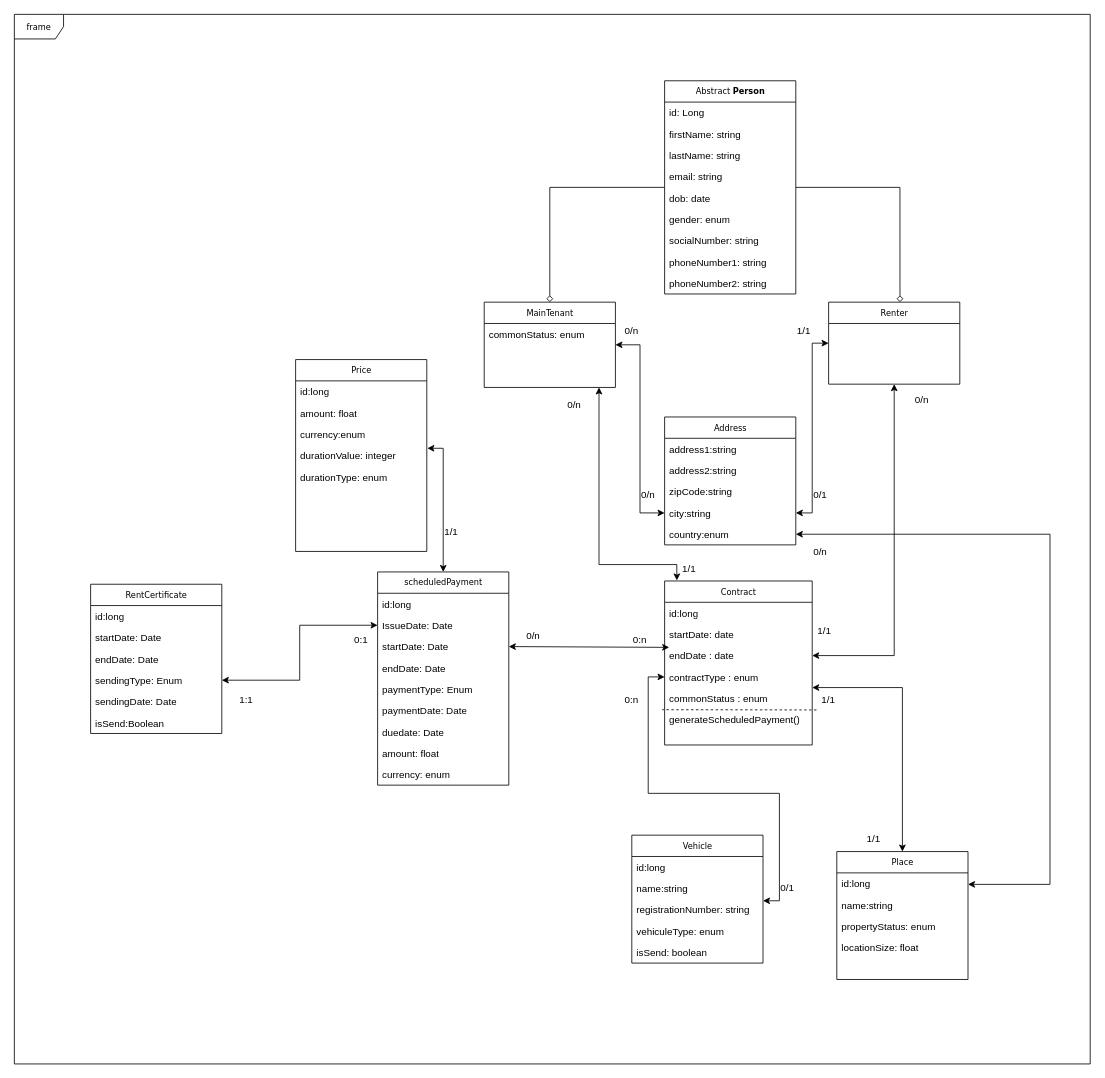
Above: conception/class diagram.drawio in chrystlll/rentalProject_back (draw.io), before the change. Source tidied: cells renumbered, new cells numbered last; positions are measured from the earlier drawing's top-left corner, leaving out a move shared by most shapes. Both pictures are drawn from the tidied source at 82%, with x=0, y=0 at pixel (14, 14).
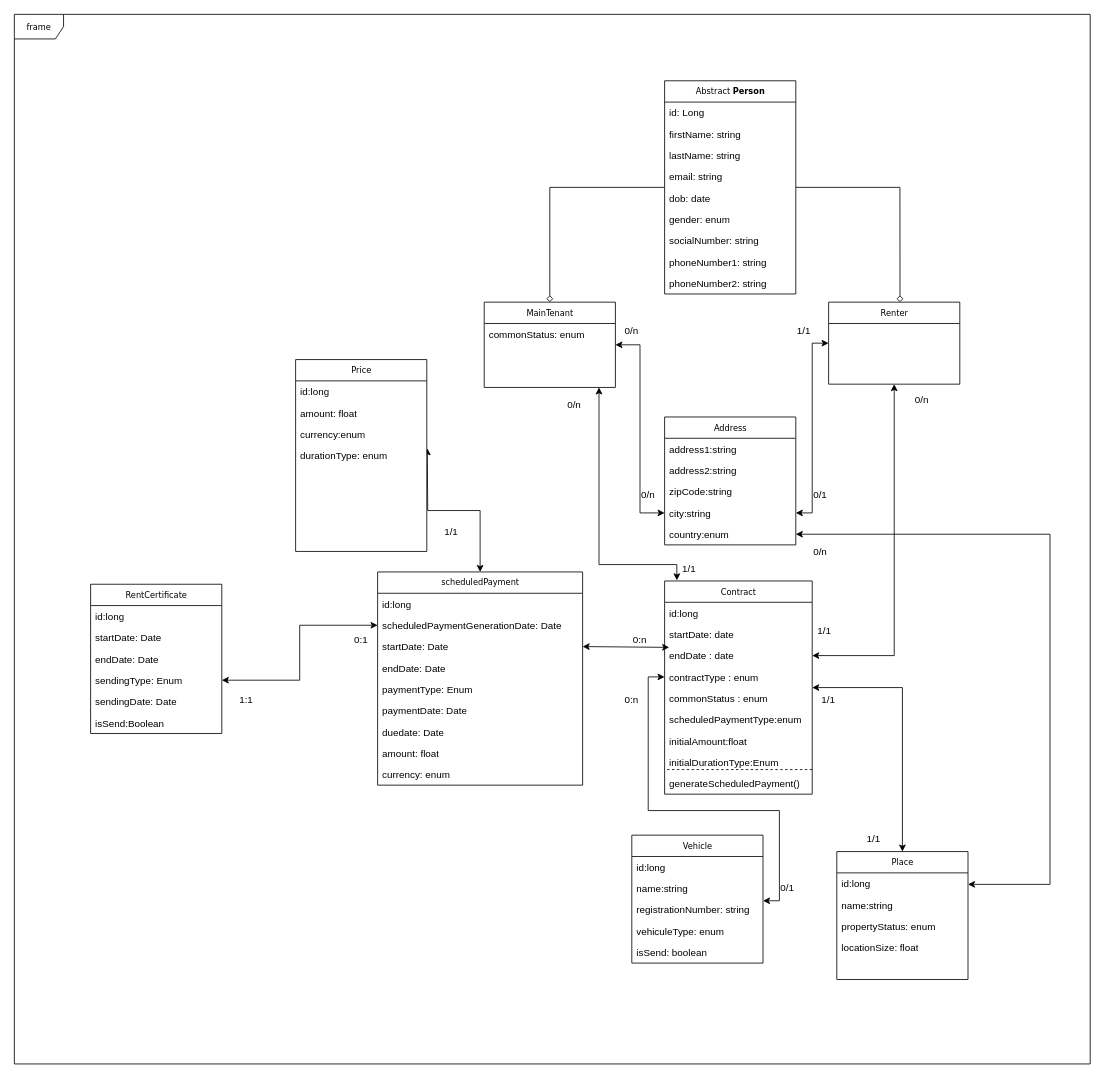
The same page after the edit.

The change refers to these unchanged cells:
```xml
<mxCell id="37" value="contractType : enum" style="text;html=1;strokeColor=none;fillColor=none;align=left;verticalAlign=top;spacingLeft=4;spacingRight=4;whiteSpace=wrap;overflow=hidden;points=[[0,0.5],[1,0.5]];portConstraint=eastwest;" parent="33" vertex="1">
  <mxGeometry y="104" width="180" height="26" as="geometry" />
</mxCell>
<mxCell id="56" value="registrationNumber: string" style="text;html=1;strokeColor=none;fillColor=none;align=left;verticalAlign=top;spacingLeft=4;spacingRight=4;whiteSpace=wrap;overflow=hidden;points=[[0,0.5],[1,0.5]];portConstraint=eastwest;" parent="53" vertex="1">
  <mxGeometry y="78" width="160" height="26" as="geometry" />
</mxCell>
<mxCell id="87" value="Price" style="swimlane;html=1;fontStyle=0;horizontal=1;startSize=26;fillColor=none;swimlaneFillColor=#ffffff;rounded=0;shadow=0;comic=0;labelBackgroundColor=none;strokeWidth=1;fontFamily=Verdana;fontSize=10;align=center;" parent="1" vertex="1">
  <mxGeometry x="343" y="421" width="160" height="234" as="geometry" />
</mxCell>
```

The edit, as a diff of the source:
```diff
@@
     <mxCell id="33" value="Contract" style="swimlane;html=1;fontStyle=0;horizontal=1;startSize=26;fillColor=none;swimlaneFillColor=#ffffff;rounded=0;shadow=0;comic=0;labelBackgroundColor=none;strokeWidth=1;fontFamily=Verdana;fontSize=10;align=center;" parent="1" vertex="1">
-      <mxGeometry x="793" y="691" width="180" height="200" as="geometry" />
+      <mxGeometry x="793" y="691" width="180" height="260" as="geometry" />
     </mxCell>
@@
+    <mxCell id="94" value="scheduledPaymentType:enum" style="text;html=1;strokeColor=none;fillColor=none;align=left;verticalAlign=top;spacingLeft=4;spacingRight=4;whiteSpace=wrap;overflow=hidden;" parent="33" vertex="1">
+      <mxGeometry y="156" width="180" height="26" as="geometry" />
+    </mxCell>
+    <mxCell id="93" style="endArrow=none;dashed=1;html=1;rounded=0;startArrow=none;" parent="33" edge="1">
+      <mxGeometry relative="1" as="geometry">
+        <mxPoint x="180" y="230" as="sourcePoint" />
+        <mxPoint y="230" as="targetPoint" />
+        <Array as="points">
+          <mxPoint x="180" y="230" />
+        </Array>
+      </mxGeometry>
+    </mxCell>
-    <mxCell id="39" value="generateScheduledPayment()" style="text;html=1;strokeColor=none;fillColor=none;align=left;verticalAlign=top;spacingLeft=4;spacingRight=4;whiteSpace=wrap;overflow=hidden;" parent="33" vertex="1">
-      <mxGeometry y="156" width="180" height="26" as="geometry" />
+    <mxCell id="39" value="initialAmount:float" style="text;html=1;strokeColor=none;fillColor=none;align=left;verticalAlign=top;spacingLeft=4;spacingRight=4;whiteSpace=wrap;overflow=hidden;" parent="33" vertex="1">
+      <mxGeometry y="182" width="180" height="26" as="geometry" />
     </mxCell>
+    <mxCell id="95" value="initialDurationType:Enum" style="text;html=1;strokeColor=none;fillColor=none;align=left;verticalAlign=top;spacingLeft=4;spacingRight=4;whiteSpace=wrap;overflow=hidden;" parent="33" vertex="1">
+      <mxGeometry y="208" width="180" height="26" as="geometry" />
+    </mxCell>
+    <mxCell id="96" value="generateScheduledPayment()" style="text;html=1;strokeColor=none;fillColor=none;align=left;verticalAlign=top;spacingLeft=4;spacingRight=4;whiteSpace=wrap;overflow=hidden;" parent="33" vertex="1">
+      <mxGeometry y="234" width="180" height="26" as="geometry" />
+    </mxCell>
@@
     <mxCell id="45" style="edgeStyle=orthogonalEdgeStyle;rounded=0;jettySize=auto;html=1;entryX=1;entryY=0.077;entryDx=0;entryDy=0;entryPerimeter=0;startArrow=classic;startFill=1;endArrow=classic;endFill=1;exitX=0;exitY=0.5;exitDx=0;exitDy=0;" parent="1" edge="1" source="37" target="56">
-      <mxGeometry relative="1" as="geometry" />
+      <mxGeometry relative="1" as="geometry">
+        <Array as="points">
+          <mxPoint x="773" y="808" />
+          <mxPoint x="773" y="971" />
+          <mxPoint x="933" y="971" />
+          <mxPoint x="933" y="1081" />
+        </Array>
+      </mxGeometry>
     </mxCell>
@@
-    <mxCell id="64" style="edgeStyle=orthogonalEdgeStyle;rounded=0;jettySize=auto;html=1;entryX=1.004;entryY=0.16;entryDx=0;entryDy=0;entryPerimeter=0;startArrow=classic;startFill=1;" parent="1" edge="1" source="65" target="91">
-      <mxGeometry relative="1" as="geometry" />
+    <mxCell id="64" style="edgeStyle=orthogonalEdgeStyle;rounded=0;jettySize=auto;html=1;entryX=1.004;entryY=0.16;entryDx=0;entryDy=0;entryPerimeter=0;startArrow=classic;startFill=1;" parent="1" edge="1" source="65">
+      <mxGeometry relative="1" as="geometry">
+        <mxPoint x="503.6" y="529.2" as="targetPoint" />
+      </mxGeometry>
     </mxCell>
     <mxCell id="65" value="scheduledPayment" style="swimlane;html=1;fontStyle=0;horizontal=1;startSize=26;fillColor=none;swimlaneFillColor=#ffffff;rounded=0;shadow=0;comic=0;labelBackgroundColor=none;strokeWidth=1;fontFamily=Verdana;fontSize=10;align=center;" parent="1" vertex="1">
-      <mxGeometry x="443" y="680" width="160" height="260" as="geometry" />
+      <mxGeometry x="443" y="680" width="250" height="260" as="geometry" />
     </mxCell>
     <mxCell id="66" value="id:long" style="text;html=1;strokeColor=none;fillColor=none;align=left;verticalAlign=top;spacingLeft=4;spacingRight=4;whiteSpace=wrap;overflow=hidden;" parent="65" vertex="1">
-      <mxGeometry y="26" width="160" height="26" as="geometry" />
+      <mxGeometry y="26" width="250" height="26" as="geometry" />
     </mxCell>
-    <mxCell id="67" value="IssueDate: Date" style="text;html=1;strokeColor=none;fillColor=none;align=left;verticalAlign=top;spacingLeft=4;spacingRight=4;whiteSpace=wrap;overflow=hidden;points=[[0,0.5],[1,0.5]];portConstraint=eastwest;" parent="65" vertex="1">
-      <mxGeometry y="52" width="160" height="26" as="geometry" />
+    <mxCell id="67" value="scheduledPaymentGenerationDate: Date" style="text;html=1;strokeColor=none;fillColor=none;align=left;verticalAlign=top;spacingLeft=4;spacingRight=4;whiteSpace=wrap;overflow=hidden;points=[[0,0.5],[1,0.5]];portConstraint=eastwest;" parent="65" vertex="1">
+      <mxGeometry y="52" width="250" height="26" as="geometry" />
     </mxCell>
     <mxCell id="68" value="startDate: Date" style="text;html=1;strokeColor=none;fillColor=none;align=left;verticalAlign=top;spacingLeft=4;spacingRight=4;whiteSpace=wrap;overflow=hidden;points=[[0,0.5],[1,0.5]];portConstraint=eastwest;" parent="65" vertex="1">
-      <mxGeometry y="78" width="160" height="26" as="geometry" />
+      <mxGeometry y="78" width="250" height="26" as="geometry" />
     </mxCell>
     <mxCell id="69" value="endDate: Date" style="text;html=1;strokeColor=none;fillColor=none;align=left;verticalAlign=top;spacingLeft=4;spacingRight=4;whiteSpace=wrap;overflow=hidden;" parent="65" vertex="1">
-      <mxGeometry y="104" width="160" height="26" as="geometry" />
+      <mxGeometry y="104" width="250" height="26" as="geometry" />
     </mxCell>
     <mxCell id="70" value="paymentType: Enum" style="text;html=1;strokeColor=none;fillColor=none;align=left;verticalAlign=top;spacingLeft=4;spacingRight=4;whiteSpace=wrap;overflow=hidden;" parent="65" vertex="1">
-      <mxGeometry y="130" width="160" height="26" as="geometry" />
+      <mxGeometry y="130" width="250" height="26" as="geometry" />
     </mxCell>
     <mxCell id="71" value="paymentDate: Date" style="text;html=1;strokeColor=none;fillColor=none;align=left;verticalAlign=top;spacingLeft=4;spacingRight=4;whiteSpace=wrap;overflow=hidden;" parent="65" vertex="1">
-      <mxGeometry y="156" width="160" height="26" as="geometry" />
+      <mxGeometry y="156" width="250" height="26" as="geometry" />
     </mxCell>
     <mxCell id="72" value="duedate: Date" style="text;html=1;strokeColor=none;fillColor=none;align=left;verticalAlign=top;spacingLeft=4;spacingRight=4;whiteSpace=wrap;overflow=hidden;" parent="65" vertex="1">
-      <mxGeometry y="182" width="160" height="26" as="geometry" />
+      <mxGeometry y="182" width="250" height="26" as="geometry" />
     </mxCell>
     <mxCell id="73" value="amount: float" style="text;html=1;strokeColor=none;fillColor=none;align=left;verticalAlign=top;spacingLeft=4;spacingRight=4;whiteSpace=wrap;overflow=hidden;" parent="65" vertex="1">
-      <mxGeometry y="208" width="160" height="26" as="geometry" />
+      <mxGeometry y="208" width="250" height="26" as="geometry" />
     </mxCell>
     <mxCell id="74" value="currency: enum" style="text;html=1;strokeColor=none;fillColor=none;align=left;verticalAlign=top;spacingLeft=4;spacingRight=4;whiteSpace=wrap;overflow=hidden;" parent="65" vertex="1">
-      <mxGeometry y="234" width="160" height="26" as="geometry" />
+      <mxGeometry y="234" width="250" height="26" as="geometry" />
     </mxCell>
@@
-    <mxCell id="91" value="durationValue: integer" style="text;html=1;strokeColor=none;fillColor=none;align=left;verticalAlign=top;spacingLeft=4;spacingRight=4;whiteSpace=wrap;overflow=hidden;points=[[0,0.5],[1,0.5]];portConstraint=eastwest;" parent="87" vertex="1">
-      <mxGeometry y="104" width="160" height="26" as="geometry" />
-    </mxCell>
     <mxCell id="92" value="durationType: enum" style="text;html=1;strokeColor=none;fillColor=none;align=left;verticalAlign=top;spacingLeft=4;spacingRight=4;whiteSpace=wrap;overflow=hidden;" parent="87" vertex="1">
-      <mxGeometry y="130" width="160" height="26" as="geometry" />
+      <mxGeometry y="104" width="160" height="26" as="geometry" />
     </mxCell>
-    <mxCell id="93" style="endArrow=none;dashed=1;html=1;rounded=0;entryX=0.75;entryY=1;entryDx=0;entryDy=0;exitX=1.018;exitY=0.164;exitDx=0;exitDy=0;exitPerimeter=0;" parent="1" edge="1">
-      <mxGeometry relative="1" as="geometry">
-        <mxPoint x="978.2" y="848.3" as="sourcePoint" />
-        <mxPoint x="790" y="848" as="targetPoint" />
-      </mxGeometry>
-    </mxCell>
```
